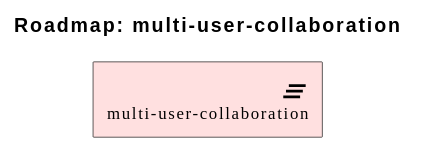
wolffy-au/frictionless-architect keeps this PlantUML diagram as architecture/model/diagrams/migration/plat-multi-user-collaboration-2.svg. Above is the earlier version. Its diagram source:
```plantuml
@startuml
!include <archimate/Archimate>

title Roadmap: multi-user-collaboration

Implementation_Plateau(e_id5024d2087dac51, "multi-user-collaboration")
@enduml
```
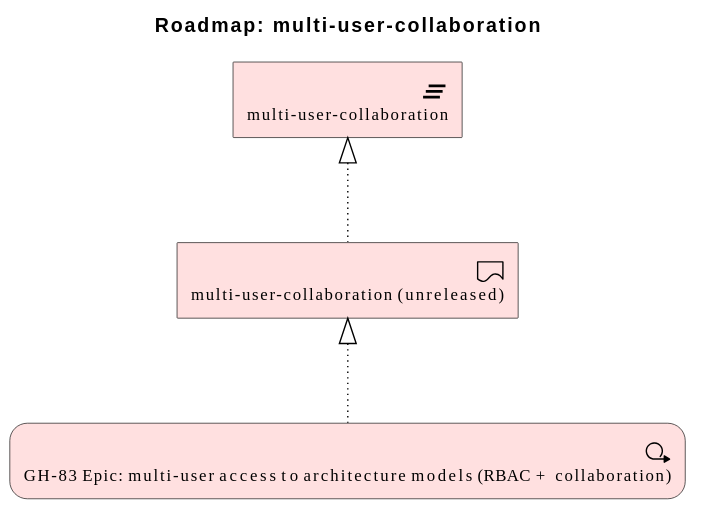
The same file after the commit.

What changed in the source:
```diff
@@ -3,5 +3,10 @@
 
 title Roadmap: multi-user-collaboration
 
+Implementation_Deliverable(e_idc953517679225e, "multi-user-collaboration (unreleased)")
 Implementation_Plateau(e_id5024d2087dac51, "multi-user-collaboration")
+Implementation_WorkPackage(e_ida2391cc6745852, "GH-83 Epic: multi-user access to architecture models (RBAC + collaboration)")
+
+Rel_Realization_Up(e_idc953517679225e, e_id5024d2087dac51, "")
+Rel_Realization_Up(e_ida2391cc6745852, e_idc953517679225e, "")
 @enduml
```
